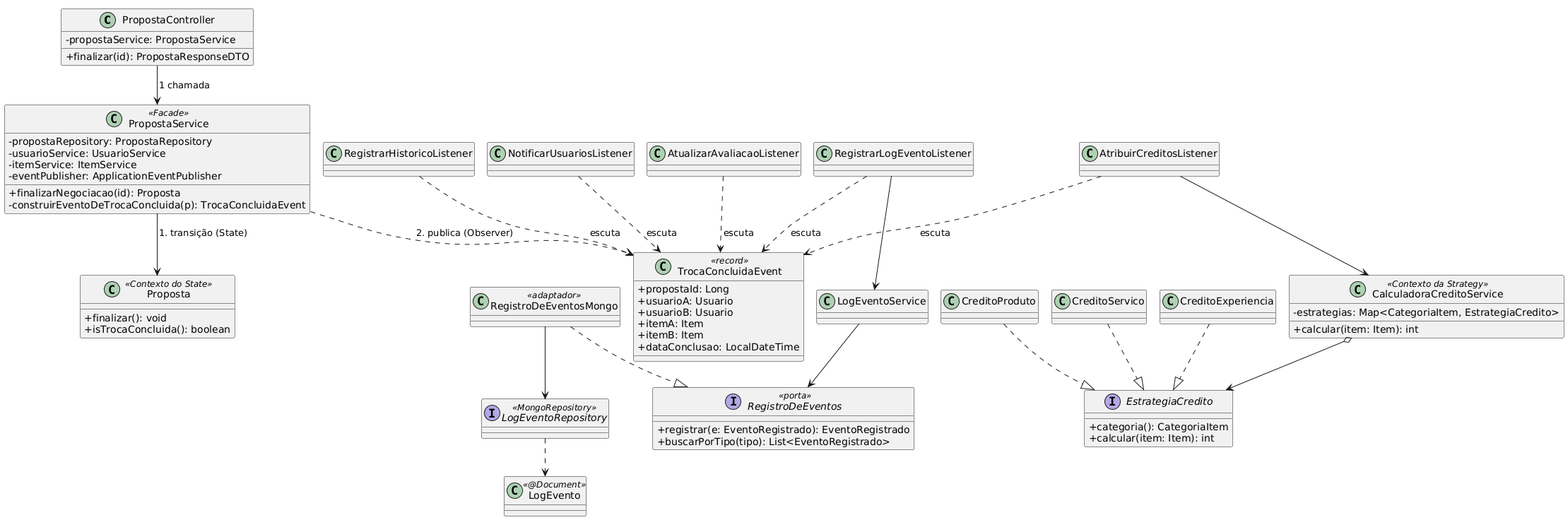
Before: diagramas/DiagramaDePadroesEntrega2.png, a diagram exported from PlantUML (Rafaelmjmj/arq_proj_2026). Source of this version:
```plantuml
@startuml
!pragma layout smetana
skinparam classAttributeIconSize 0
top to bottom direction

class PropostaController {
  - propostaService: PropostaService
  + finalizar(id): PropostaResponseDTO
}

class PropostaService <<Facade>> {
  - propostaRepository: PropostaRepository
  - usuarioService: UsuarioService
  - itemService: ItemService
  - eventPublisher: ApplicationEventPublisher
  + finalizarNegociacao(id): Proposta
  - construirEventoDeTrocaConcluida(p): TrocaConcluidaEvent
}

class Proposta <<Contexto do State>> {
  + finalizar(): void
  + isTrocaConcluida(): boolean
}

class TrocaConcluidaEvent <<record>> {
  + propostaId: Long
  + usuarioA: Usuario
  + usuarioB: Usuario
  + itemA: Item
  + itemB: Item
  + dataConclusao: LocalDateTime
}

class AtualizarAvaliacaoListener
class RegistrarHistoricoListener
class NotificarUsuariosListener
class RegistrarLogEventoListener
class AtribuirCreditosListener

class CalculadoraCreditoService <<Contexto da Strategy>> {
  - estrategias: Map<CategoriaItem, EstrategiaCredito>
  + calcular(item: Item): int
}
interface EstrategiaCredito {
  + categoria(): CategoriaItem
  + calcular(item: Item): int
}
class CreditoProduto
class CreditoServico
class CreditoExperiencia

class LogEventoService
interface RegistroDeEventos <<porta>> {
  + registrar(e: EventoRegistrado): EventoRegistrado
  + buscarPorTipo(tipo): List<EventoRegistrado>
}
class RegistroDeEventosMongo <<adaptador>>
interface LogEventoRepository <<MongoRepository>>
class LogEvento <<@Document>>

PropostaController --> PropostaService : 1 chamada
PropostaService --> Proposta : 1. transição (State)
PropostaService ..> TrocaConcluidaEvent : 2. publica (Observer)

AtualizarAvaliacaoListener ..> TrocaConcluidaEvent : escuta
RegistrarHistoricoListener ..> TrocaConcluidaEvent : escuta
NotificarUsuariosListener ..> TrocaConcluidaEvent : escuta
RegistrarLogEventoListener ..> TrocaConcluidaEvent : escuta
AtribuirCreditosListener ..> TrocaConcluidaEvent : escuta

AtribuirCreditosListener --> CalculadoraCreditoService
CalculadoraCreditoService o--> EstrategiaCredito
CreditoProduto ..|> EstrategiaCredito
CreditoServico ..|> EstrategiaCredito
CreditoExperiencia ..|> EstrategiaCredito

RegistrarLogEventoListener --> LogEventoService
LogEventoService --> RegistroDeEventos
RegistroDeEventosMongo ..|> RegistroDeEventos
RegistroDeEventosMongo --> LogEventoRepository
LogEventoRepository ..> LogEvento

@enduml
```
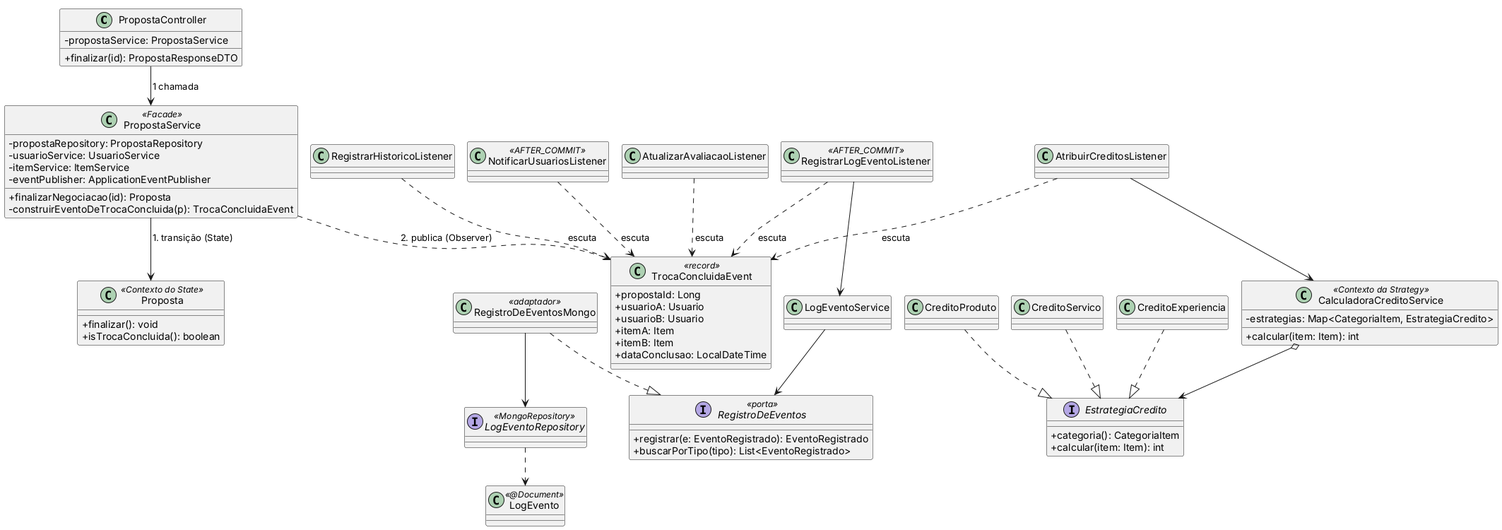
The same diagram one commit later.

Change to the diagram source:
```diff
@@ -33,8 +33,8 @@
 
 class AtualizarAvaliacaoListener
 class RegistrarHistoricoListener
-class NotificarUsuariosListener
-class RegistrarLogEventoListener
+class NotificarUsuariosListener <<AFTER_COMMIT>>
+class RegistrarLogEventoListener <<AFTER_COMMIT>>
 class AtribuirCreditosListener
 
 class CalculadoraCreditoService <<Contexto da Strategy>> {
```
